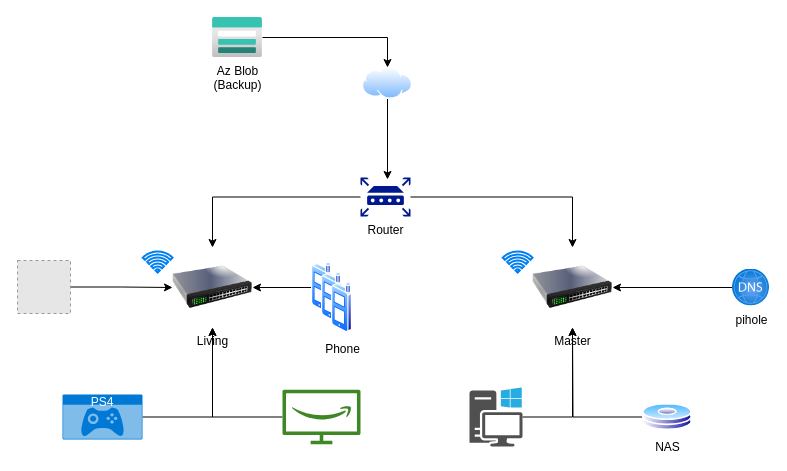
Before: Home Network.drawio in ncinco/DslApi, a draw.io diagram. Source tidied: cells renumbered, new cells numbered last; positions are measured from the earlier drawing's top-left corner, leaving out a move shared by most shapes. Both pictures are drawn from the tidied source at 100%, with x=0, y=0 at pixel (17, 17). Pictures stored in the file or linked from it are replaced by grey dashed boxes.
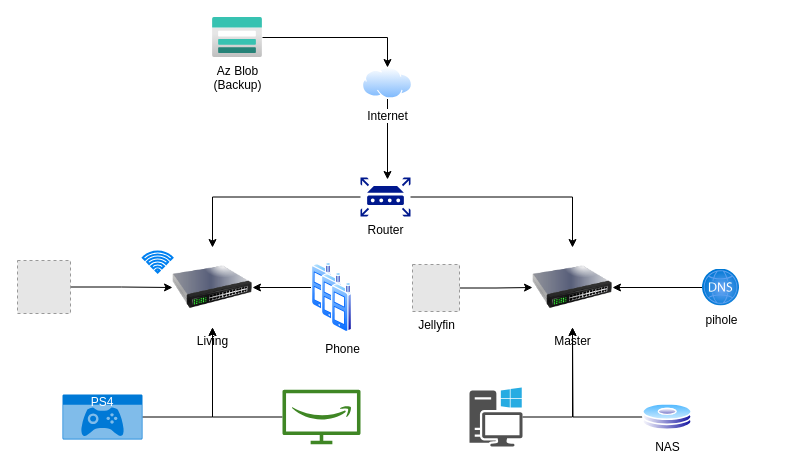
The same diagram, later.

Unchanged cells that the change refers to:
```xml
<mxCell id="8" value="Master" style="image;html=1;image=img/lib/clip_art/networking/Switch_128x128.png;" parent="1" vertex="1">
  <mxGeometry x="515" y="230" width="80" height="80" as="geometry" />
</mxCell>
```

The edit, as a diff of the source:
```diff
@@
-    <mxCell id="6" style="image;perimeter=ellipsePerimeter;html=1;align=center;shadow=0;dashed=0;spacingTop=3;image=img/lib/active_directory/internet_cloud.svg;" parent="1" vertex="1">
+    <mxCell id="6" value="Internet" style="image;perimeter=ellipsePerimeter;html=1;align=center;shadow=0;dashed=0;spacingTop=3;image=img/lib/active_directory/internet_cloud.svg;" parent="1" vertex="1">
       <mxGeometry x="345" y="50" width="50" height="31.5" as="geometry" />
     </mxCell>
@@
-    <mxCell id="10" style="html=1;verticalLabelPosition=bottom;align=center;labelBackgroundColor=#ffffff;verticalAlign=top;strokeWidth=2;strokeColor=#0080F0;shadow=0;dashed=0;shape=mxgraph.ios7.icons.wifi;" parent="1" vertex="1">
-      <mxGeometry x="485.3" y="234" width="29.7" height="21" as="geometry" />
-    </mxCell>
@@
     <mxCell id="26" value="pihole" style="image;html=1;points=[];align=center;fontSize=12;image=img/lib/azure2/networking/DNS_Zones.svg;" parent="1" vertex="1">
-      <mxGeometry x="715" y="251.5" width="37" height="37" as="geometry" />
+      <mxGeometry x="685" y="251.5" width="37" height="37" as="geometry" />
     </mxCell>
@@
+    <mxCell id="29" style="edgeStyle=orthogonalEdgeStyle;rounded=0;jettySize=auto;html=1;entryX=0;entryY=0.5;entryDx=0;entryDy=0;" parent="1" edge="1" source="30" target="8">
+      <mxGeometry relative="1" as="geometry" />
+    </mxCell>
+    <mxCell id="30" value="Jellyfin" style="fillColor=#E6E6E6;strokeColor=#999999;dashed=1;html=1;verticalAlign=top;verticalLabelPosition=bottom;labelBackgroundColor=#ffffff;" parent="1" vertex="1">
+      <mxGeometry x="395" y="247" width="47" height="47" as="geometry" />
+    </mxCell>
```
